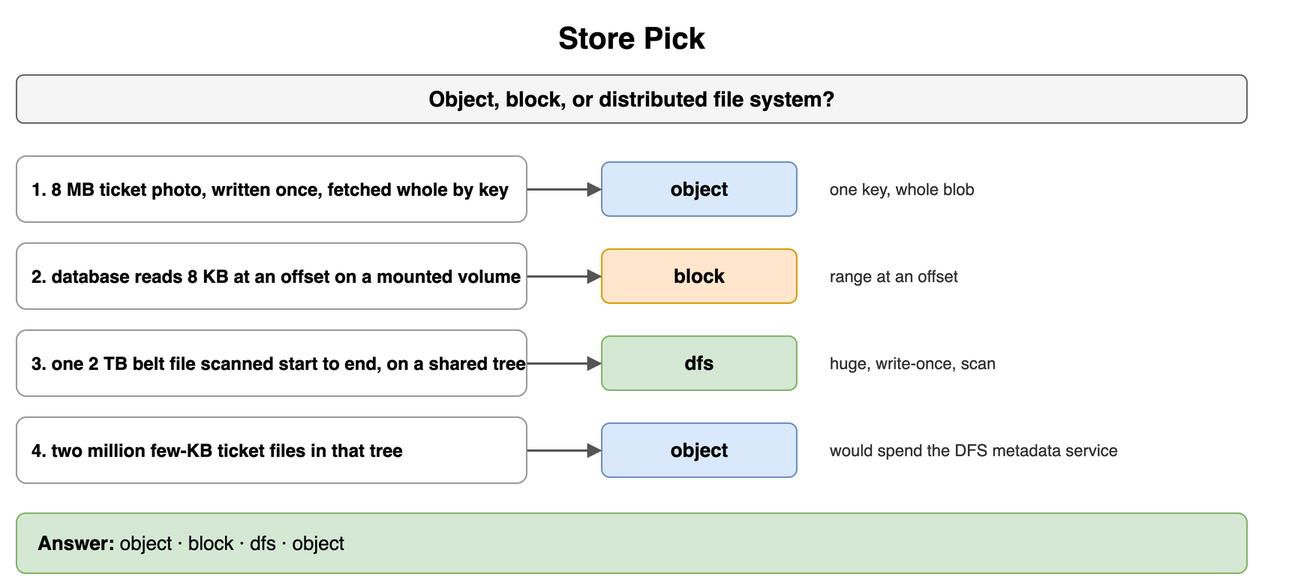
Above: content/09_System_Design_Interview/13_Storage_and_Data_Processing_at_Scale/diagrams/storage-processing-drills-1-store-pick.png in amendez13/swe-study-guide (draw.io), before the change. Source tidied: cells renumbered, new cells last; positions are measured from the earlier drawing's top-left corner, leaving out a move shared by most shapes. Source of this version:
```xml
<mxGraphModel>
  <root>
    <mxCell id="0" />
    <mxCell id="1" parent="0" />
    <mxCell id="2" value="Store Pick" style="text;html=1;align=center;verticalAlign=middle;whiteSpace=wrap;fontSize=20;fontStyle=1;" parent="1" vertex="1">
      <mxGeometry width="820" height="30" as="geometry" />
    </mxCell>
    <mxCell id="3" value="Object, block, or distributed file system?" style="rounded=1;whiteSpace=wrap;html=1;fillColor=#f5f5f5;strokeColor=#666666;fontStyle=1;fontSize=14;" parent="1" vertex="1">
      <mxGeometry y="40" width="820" height="32" as="geometry" />
    </mxCell>
    <mxCell id="4" value="1. 8 MB ticket photo, written once, fetched whole by key" style="rounded=1;whiteSpace=wrap;html=1;fillColor=#ffffff;strokeColor=#999999;fontSize=12;align=left;fontStyle=1;spacingLeft=8;" parent="1" vertex="1">
      <mxGeometry y="94" width="340" height="44" as="geometry" />
    </mxCell>
    <mxCell id="5" value="object" style="rounded=1;whiteSpace=wrap;html=1;fillColor=#dae8fc;strokeColor=#6c8ebf;fontSize=13;align=center;fontStyle=1;" parent="1" vertex="1">
      <mxGeometry x="390" y="98" width="130" height="36" as="geometry" />
    </mxCell>
    <mxCell id="6" style="endArrow=block;endSize=6;html=1;strokeWidth=1.5;strokeColor=#555555;fontSize=11;labelBackgroundColor=#ffffff;" parent="1" edge="1" source="4" target="5">
      <mxGeometry relative="1" as="geometry" />
    </mxCell>
    <mxCell id="7" value="one key, whole blob" style="text;html=1;whiteSpace=wrap;fontSize=11;align=left;verticalAlign=middle;fontSize=11;fontColor=#333333;" parent="1" vertex="1">
      <mxGeometry x="540" y="94" width="320" height="44" as="geometry" />
    </mxCell>
    <mxCell id="8" value="2. database reads 8 KB at an offset on a mounted volume" style="rounded=1;whiteSpace=wrap;html=1;fillColor=#ffffff;strokeColor=#999999;fontSize=12;align=left;fontStyle=1;spacingLeft=8;" parent="1" vertex="1">
      <mxGeometry y="152" width="340" height="44" as="geometry" />
    </mxCell>
    <mxCell id="9" value="block" style="rounded=1;whiteSpace=wrap;html=1;fillColor=#ffe6cc;strokeColor=#d79b00;fontSize=13;align=center;fontStyle=1;" parent="1" vertex="1">
      <mxGeometry x="390" y="156" width="130" height="36" as="geometry" />
    </mxCell>
    <mxCell id="10" style="endArrow=block;endSize=6;html=1;strokeWidth=1.5;strokeColor=#555555;fontSize=11;labelBackgroundColor=#ffffff;" parent="1" edge="1" source="8" target="9">
      <mxGeometry relative="1" as="geometry" />
    </mxCell>
    <mxCell id="11" value="range at an offset" style="text;html=1;whiteSpace=wrap;fontSize=11;align=left;verticalAlign=middle;fontSize=11;fontColor=#333333;" parent="1" vertex="1">
      <mxGeometry x="540" y="152" width="320" height="44" as="geometry" />
    </mxCell>
    <mxCell id="12" value="3. one 2 TB belt file scanned start to end, on a shared tree" style="rounded=1;whiteSpace=wrap;html=1;fillColor=#ffffff;strokeColor=#999999;fontSize=12;align=left;fontStyle=1;spacingLeft=8;" parent="1" vertex="1">
      <mxGeometry y="210" width="340" height="44" as="geometry" />
    </mxCell>
    <mxCell id="13" value="dfs" style="rounded=1;whiteSpace=wrap;html=1;fillColor=#d5e8d4;strokeColor=#82b366;fontSize=13;align=center;fontStyle=1;" parent="1" vertex="1">
      <mxGeometry x="390" y="214" width="130" height="36" as="geometry" />
    </mxCell>
    <mxCell id="14" style="endArrow=block;endSize=6;html=1;strokeWidth=1.5;strokeColor=#555555;fontSize=11;labelBackgroundColor=#ffffff;" parent="1" edge="1" source="12" target="13">
      <mxGeometry relative="1" as="geometry" />
    </mxCell>
    <mxCell id="15" value="huge, write-once, scan" style="text;html=1;whiteSpace=wrap;fontSize=11;align=left;verticalAlign=middle;fontSize=11;fontColor=#333333;" parent="1" vertex="1">
      <mxGeometry x="540" y="210" width="320" height="44" as="geometry" />
    </mxCell>
    <mxCell id="16" value="4. two million few-KB ticket files in that tree" style="rounded=1;whiteSpace=wrap;html=1;fillColor=#ffffff;strokeColor=#999999;fontSize=12;align=left;fontStyle=1;spacingLeft=8;" parent="1" vertex="1">
      <mxGeometry y="268" width="340" height="44" as="geometry" />
    </mxCell>
    <mxCell id="17" value="object" style="rounded=1;whiteSpace=wrap;html=1;fillColor=#dae8fc;strokeColor=#6c8ebf;fontSize=13;align=center;fontStyle=1;" parent="1" vertex="1">
      <mxGeometry x="390" y="272" width="130" height="36" as="geometry" />
    </mxCell>
    <mxCell id="18" style="endArrow=block;endSize=6;html=1;strokeWidth=1.5;strokeColor=#555555;fontSize=11;labelBackgroundColor=#ffffff;" parent="1" edge="1" source="16" target="17">
      <mxGeometry relative="1" as="geometry" />
    </mxCell>
    <mxCell id="19" value="would spend the DFS metadata service" style="text;html=1;whiteSpace=wrap;fontSize=11;align=left;verticalAlign=middle;fontSize=11;fontColor=#333333;" parent="1" vertex="1">
      <mxGeometry x="540" y="268" width="320" height="44" as="geometry" />
    </mxCell>
    <mxCell id="20" value="&lt;b&gt;Answer:&lt;/b&gt; object · block · dfs · object" style="rounded=1;whiteSpace=wrap;html=1;fillColor=#d5e8d4;strokeColor=#82b366;fontSize=13;align=left;spacingLeft=12;" parent="1" vertex="1">
      <mxGeometry y="332" width="820" height="40" as="geometry" />
    </mxCell>
  </root>
</mxGraphModel>
```
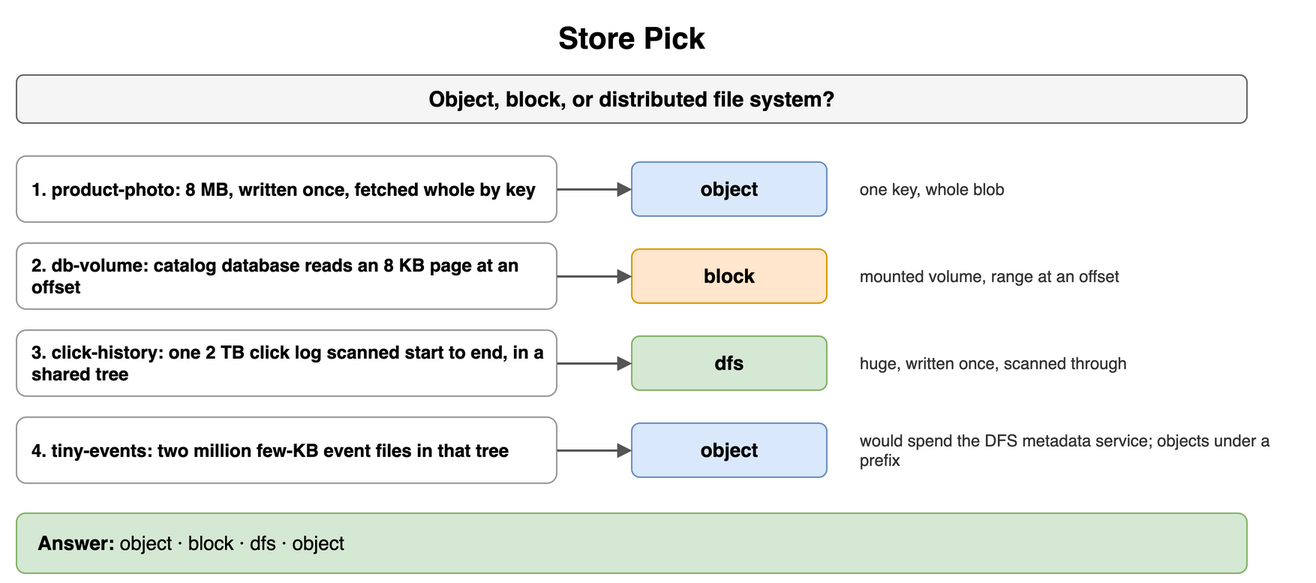
After the commit.

Change to the diagram source:
```diff
@@ -3,13 +3,13 @@
     <mxCell id="0" />
     <mxCell id="1" parent="0" />
     <mxCell id="2" value="Store Pick" style="text;html=1;align=center;verticalAlign=middle;whiteSpace=wrap;fontSize=20;fontStyle=1;" parent="1" vertex="1">
-      <mxGeometry width="820" height="30" as="geometry" />
+      <mxGeometry x="-20" width="820" height="30" as="geometry" />
     </mxCell>
     <mxCell id="3" value="Object, block, or distributed file system?" style="rounded=1;whiteSpace=wrap;html=1;fillColor=#f5f5f5;strokeColor=#666666;fontStyle=1;fontSize=14;" parent="1" vertex="1">
-      <mxGeometry y="40" width="820" height="32" as="geometry" />
+      <mxGeometry x="-20" y="40" width="820" height="32" as="geometry" />
     </mxCell>
-    <mxCell id="4" value="1. 8 MB ticket photo, written once, fetched whole by key" style="rounded=1;whiteSpace=wrap;html=1;fillColor=#ffffff;strokeColor=#999999;fontSize=12;align=left;fontStyle=1;spacingLeft=8;" parent="1" vertex="1">
-      <mxGeometry y="94" width="340" height="44" as="geometry" />
+    <mxCell id="4" value="1. product-photo: 8 MB, written once, fetched whole by key" style="rounded=1;whiteSpace=wrap;html=1;fillColor=#ffffff;strokeColor=#999999;fontSize=12;align=left;fontStyle=1;spacingLeft=8;" parent="1" vertex="1">
+      <mxGeometry x="-20" y="94" width="360" height="44" as="geometry" />
     </mxCell>
     <mxCell id="5" value="object" style="rounded=1;whiteSpace=wrap;html=1;fillColor=#dae8fc;strokeColor=#6c8ebf;fontSize=13;align=center;fontStyle=1;" parent="1" vertex="1">
       <mxGeometry x="390" y="98" width="130" height="36" as="geometry" />
@@ -18,10 +18,10 @@
       <mxGeometry relative="1" as="geometry" />
     </mxCell>
     <mxCell id="7" value="one key, whole blob" style="text;html=1;whiteSpace=wrap;fontSize=11;align=left;verticalAlign=middle;fontSize=11;fontColor=#333333;" parent="1" vertex="1">
-      <mxGeometry x="540" y="94" width="320" height="44" as="geometry" />
+      <mxGeometry x="540" y="94" width="300" height="44" as="geometry" />
     </mxCell>
-    <mxCell id="8" value="2. database reads 8 KB at an offset on a mounted volume" style="rounded=1;whiteSpace=wrap;html=1;fillColor=#ffffff;strokeColor=#999999;fontSize=12;align=left;fontStyle=1;spacingLeft=8;" parent="1" vertex="1">
-      <mxGeometry y="152" width="340" height="44" as="geometry" />
+    <mxCell id="8" value="2. db-volume: catalog database reads an 8 KB page at an offset" style="rounded=1;whiteSpace=wrap;html=1;fillColor=#ffffff;strokeColor=#999999;fontSize=12;align=left;fontStyle=1;spacingLeft=8;" parent="1" vertex="1">
+      <mxGeometry x="-20" y="152" width="360" height="44" as="geometry" />
     </mxCell>
     <mxCell id="9" value="block" style="rounded=1;whiteSpace=wrap;html=1;fillColor=#ffe6cc;strokeColor=#d79b00;fontSize=13;align=center;fontStyle=1;" parent="1" vertex="1">
       <mxGeometry x="390" y="156" width="130" height="36" as="geometry" />
@@ -29,11 +29,11 @@
     <mxCell id="10" style="endArrow=block;endSize=6;html=1;strokeWidth=1.5;strokeColor=#555555;fontSize=11;labelBackgroundColor=#ffffff;" parent="1" edge="1" source="8" target="9">
       <mxGeometry relative="1" as="geometry" />
     </mxCell>
-    <mxCell id="11" value="range at an offset" style="text;html=1;whiteSpace=wrap;fontSize=11;align=left;verticalAlign=middle;fontSize=11;fontColor=#333333;" parent="1" vertex="1">
-      <mxGeometry x="540" y="152" width="320" height="44" as="geometry" />
+    <mxCell id="11" value="mounted volume, range at an offset" style="text;html=1;whiteSpace=wrap;fontSize=11;align=left;verticalAlign=middle;fontSize=11;fontColor=#333333;" parent="1" vertex="1">
+      <mxGeometry x="540" y="152" width="300" height="44" as="geometry" />
     </mxCell>
-    <mxCell id="12" value="3. one 2 TB belt file scanned start to end, on a shared tree" style="rounded=1;whiteSpace=wrap;html=1;fillColor=#ffffff;strokeColor=#999999;fontSize=12;align=left;fontStyle=1;spacingLeft=8;" parent="1" vertex="1">
-      <mxGeometry y="210" width="340" height="44" as="geometry" />
+    <mxCell id="12" value="3. click-history: one 2 TB click log scanned start to end, in a shared tree" style="rounded=1;whiteSpace=wrap;html=1;fillColor=#ffffff;strokeColor=#999999;fontSize=12;align=left;fontStyle=1;spacingLeft=8;" parent="1" vertex="1">
+      <mxGeometry x="-20" y="210" width="360" height="44" as="geometry" />
     </mxCell>
     <mxCell id="13" value="dfs" style="rounded=1;whiteSpace=wrap;html=1;fillColor=#d5e8d4;strokeColor=#82b366;fontSize=13;align=center;fontStyle=1;" parent="1" vertex="1">
       <mxGeometry x="390" y="214" width="130" height="36" as="geometry" />
@@ -41,11 +41,11 @@
     <mxCell id="14" style="endArrow=block;endSize=6;html=1;strokeWidth=1.5;strokeColor=#555555;fontSize=11;labelBackgroundColor=#ffffff;" parent="1" edge="1" source="12" target="13">
       <mxGeometry relative="1" as="geometry" />
     </mxCell>
-    <mxCell id="15" value="huge, write-once, scan" style="text;html=1;whiteSpace=wrap;fontSize=11;align=left;verticalAlign=middle;fontSize=11;fontColor=#333333;" parent="1" vertex="1">
-      <mxGeometry x="540" y="210" width="320" height="44" as="geometry" />
+    <mxCell id="15" value="huge, written once, scanned through" style="text;html=1;whiteSpace=wrap;fontSize=11;align=left;verticalAlign=middle;fontSize=11;fontColor=#333333;" parent="1" vertex="1">
+      <mxGeometry x="540" y="210" width="300" height="44" as="geometry" />
     </mxCell>
-    <mxCell id="16" value="4. two million few-KB ticket files in that tree" style="rounded=1;whiteSpace=wrap;html=1;fillColor=#ffffff;strokeColor=#999999;fontSize=12;align=left;fontStyle=1;spacingLeft=8;" parent="1" vertex="1">
-      <mxGeometry y="268" width="340" height="44" as="geometry" />
+    <mxCell id="16" value="4. tiny-events: two million few-KB event files in that tree" style="rounded=1;whiteSpace=wrap;html=1;fillColor=#ffffff;strokeColor=#999999;fontSize=12;align=left;fontStyle=1;spacingLeft=8;" parent="1" vertex="1">
+      <mxGeometry x="-20" y="268" width="360" height="44" as="geometry" />
     </mxCell>
     <mxCell id="17" value="object" style="rounded=1;whiteSpace=wrap;html=1;fillColor=#dae8fc;strokeColor=#6c8ebf;fontSize=13;align=center;fontStyle=1;" parent="1" vertex="1">
       <mxGeometry x="390" y="272" width="130" height="36" as="geometry" />
@@ -53,11 +53,11 @@
     <mxCell id="18" style="endArrow=block;endSize=6;html=1;strokeWidth=1.5;strokeColor=#555555;fontSize=11;labelBackgroundColor=#ffffff;" parent="1" edge="1" source="16" target="17">
       <mxGeometry relative="1" as="geometry" />
     </mxCell>
-    <mxCell id="19" value="would spend the DFS metadata service" style="text;html=1;whiteSpace=wrap;fontSize=11;align=left;verticalAlign=middle;fontSize=11;fontColor=#333333;" parent="1" vertex="1">
-      <mxGeometry x="540" y="268" width="320" height="44" as="geometry" />
+    <mxCell id="19" value="would spend the DFS metadata service; objects under a prefix" style="text;html=1;whiteSpace=wrap;fontSize=11;align=left;verticalAlign=middle;fontSize=11;fontColor=#333333;" parent="1" vertex="1">
+      <mxGeometry x="540" y="268" width="300" height="44" as="geometry" />
     </mxCell>
     <mxCell id="20" value="&lt;b&gt;Answer:&lt;/b&gt; object · block · dfs · object" style="rounded=1;whiteSpace=wrap;html=1;fillColor=#d5e8d4;strokeColor=#82b366;fontSize=13;align=left;spacingLeft=12;" parent="1" vertex="1">
-      <mxGeometry y="332" width="820" height="40" as="geometry" />
+      <mxGeometry x="-20" y="332" width="820" height="40" as="geometry" />
     </mxCell>
   </root>
 </mxGraphModel>
```
